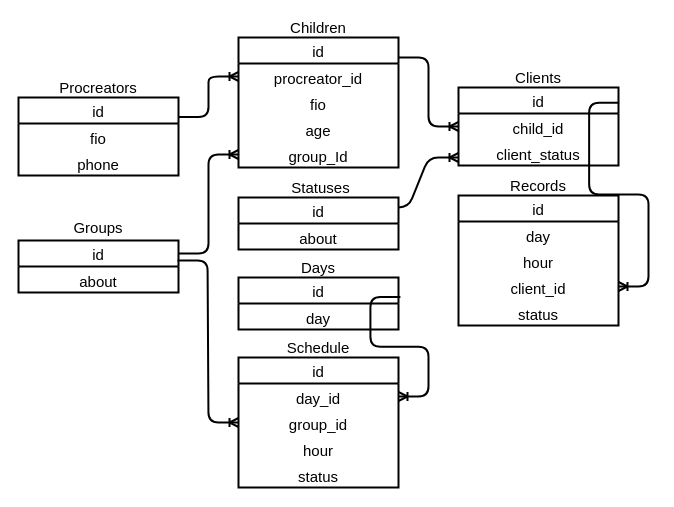
Earlier version of the draw.io diagram BD_MODEL1.drawio (kirillgladkih/diplom). Source tidied: cells renumbered, new cells numbered last; positions are measured from the earlier drawing's top-left corner, leaving out a move shared by most shapes. Both pictures are drawn from the tidied source at 100%, with x=0, y=0 at pixel (18, -13).
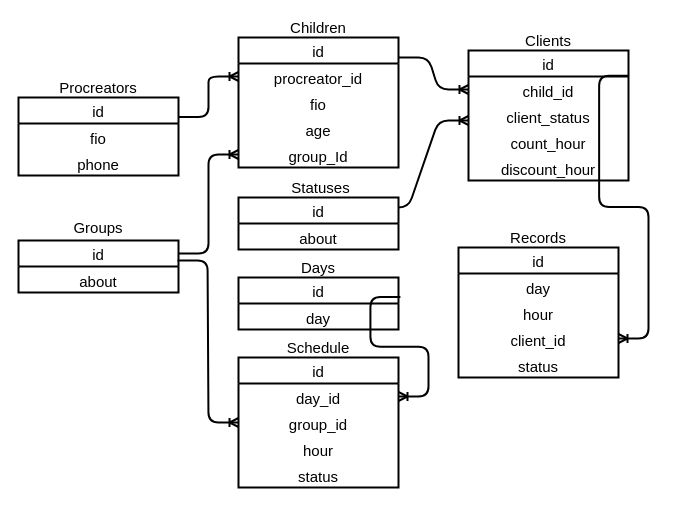
The same diagram, later.

Change to the diagram source:
```diff
@@
     <mxCell id="11" style="group;align=center;fontSize=15;" parent="1" vertex="1">
-      <mxGeometry x="440" y="80" width="160" height="98" as="geometry" />
+      <mxGeometry x="450" y="43" width="160" height="98" as="geometry" />
     </mxCell>
@@
     <mxCell id="13" value="id" style="swimlane;fontStyle=0;horizontal=1;startSize=26;align=center;fontSize=15;strokeWidth=2;" parent="11" vertex="1">
-      <mxGeometry y="20" width="160" height="78" as="geometry" />
+      <mxGeometry y="20" width="160" height="130" as="geometry" />
     </mxCell>
@@
+    <mxCell id="52" value="count_hour" style="text;strokeColor=none;fillColor=none;spacingLeft=4;spacingRight=4;overflow=hidden;fontSize=15;align=center;" parent="13" vertex="1">
+      <mxGeometry y="78" width="160" height="26" as="geometry" />
+    </mxCell>
+    <mxCell id="53" value="discount_hour" style="text;strokeColor=none;fillColor=none;spacingLeft=4;spacingRight=4;overflow=hidden;fontSize=15;align=center;" parent="13" vertex="1">
+      <mxGeometry y="104" width="160" height="26" as="geometry" />
+    </mxCell>
@@
     <mxCell id="32" style="group;align=center;fontSize=15;" parent="1" vertex="1">
-      <mxGeometry x="440" y="188" width="160" height="98" as="geometry" />
+      <mxGeometry x="440" y="240" width="160" height="98" as="geometry" />
     </mxCell>
```
